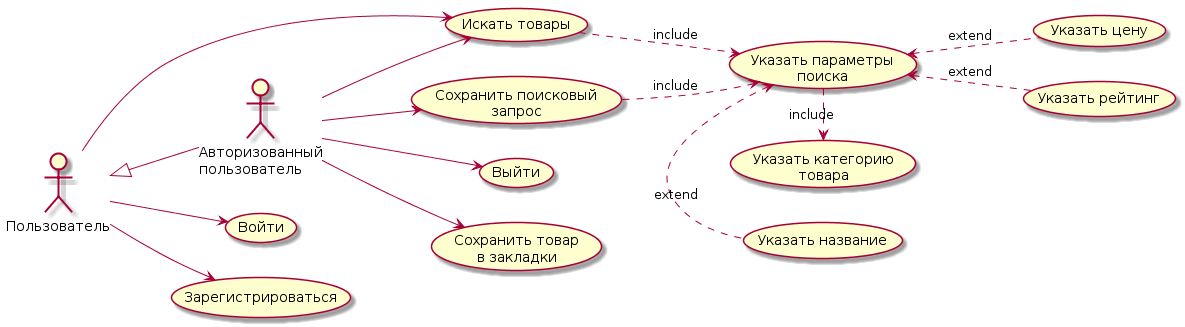
This is docs/diagrams/use-case.png from ussur/s-mart, a PlantUML export, as it was before one commit.
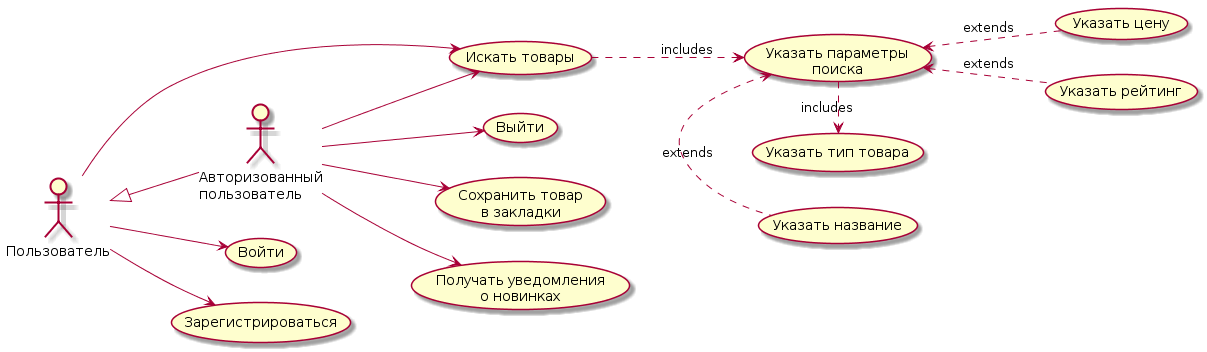
After the change.

The edit, as a diff of the source:
```diff
@@ -13,13 +13,12 @@
 auth --> (Выйти)
 auth --> (Сохранить товар\nв закладки)
 auth --> (Искать товары)
-auth --> (Сохранить поисковый\nзапрос)
+auth --> (Получать уведомления\nо новинках)
 
-(Искать товары) ..> (Указать параметры\nпоиска) : include
-(Сохранить поисковый\nзапрос) ..> (Указать параметры\nпоиска) : include
+(Искать товары) ..> (Указать параметры\nпоиска) : includes
 
-(Указать параметры\nпоиска) <.right. (Указать название) : extend
-(Указать параметры\nпоиска) .right.> (Указать категорию\nтовара) : include
-(Указать параметры\nпоиска) <.. (Указать цену) : extend
-(Указать параметры\nпоиска) <.. (Указать рейтинг) : extend
+(Указать параметры\nпоиска) <.right. (Указать название) : extends
+(Указать параметры\nпоиска) .right.> (Указать тип товара) : includes
+(Указать параметры\nпоиска) <.. (Указать цену) : extends
+(Указать параметры\nпоиска) <.. (Указать рейтинг) : extends
 @enduml
```
